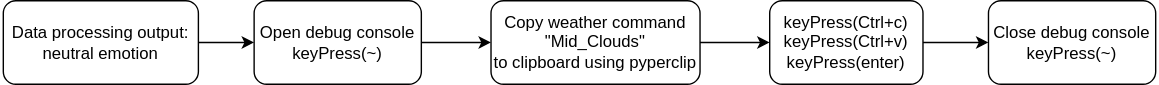
Earlier version of the draw.io export docs/WeatherCommand.svg (NeuroTech-Leuven/TheMindWitcher). Source tidied: cells renumbered, new cells last; positions are measured from the earlier drawing's top-left corner, leaving out a move shared by most shapes.
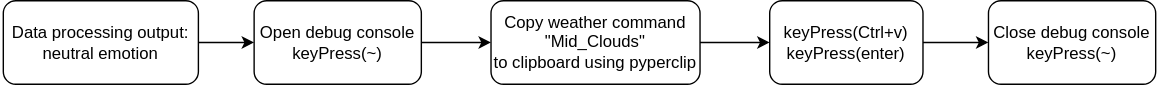
After the change.

Commit message:
Game modification refinements

What changed in the source:
```diff
@@ -23,7 +23,7 @@
     <mxCell id="8" style="edgeStyle=orthogonalEdgeStyle;rounded=0;jettySize=auto;html=1;" parent="1" edge="1" source="9" target="10">
       <mxGeometry relative="1" as="geometry" />
     </mxCell>
-    <mxCell id="9" value="keyPress(Ctrl+c)&lt;div&gt;keyPress(Ctrl+v)&lt;/div&gt;&lt;div&gt;keyPress(enter)&lt;/div&gt;" style="rounded=1;whiteSpace=wrap;html=1;" parent="1" vertex="1">
+    <mxCell id="9" value="&lt;div&gt;keyPress(Ctrl+v)&lt;/div&gt;&lt;div&gt;keyPress(enter)&lt;/div&gt;" style="rounded=1;whiteSpace=wrap;html=1;" parent="1" vertex="1">
       <mxGeometry x="550" width="110" height="60" as="geometry" />
     </mxCell>
     <mxCell id="10" value="Close debug console&lt;div&gt;keyPress(~)&lt;/div&gt;" style="rounded=1;whiteSpace=wrap;html=1;" parent="1" vertex="1">
```
